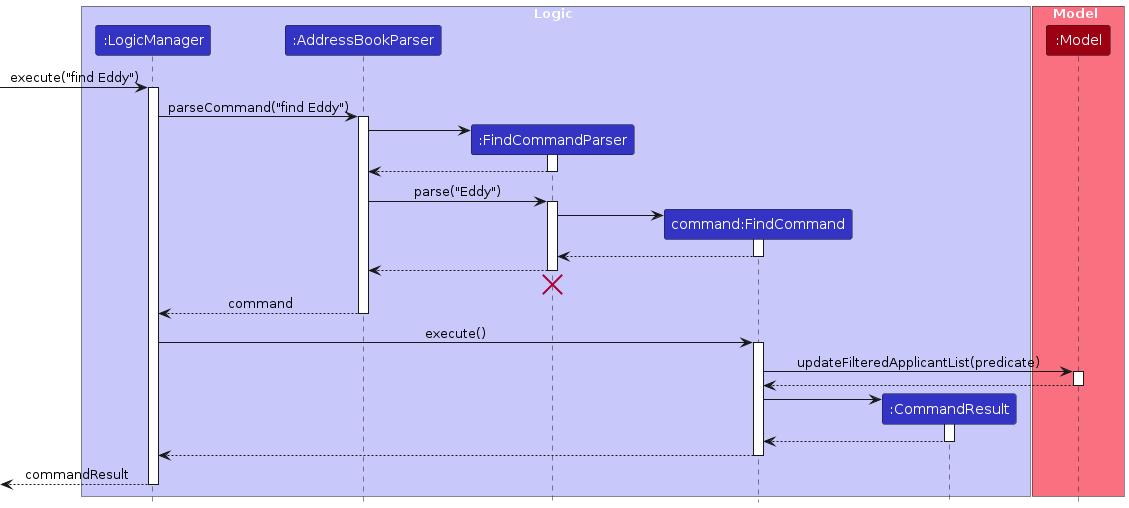
Above: diagrams/FindCommandSequenceDiagram.png in craigtonlian/tp (PlantUML), before the change. Its source is kept beside it as diagrams/FindCommandSequenceDiagram.puml. The source it was exported from:
```plantuml
@startuml
!include style.puml
skinparam ArrowFontStyle plain

box Logic LOGIC_COLOR_T1
participant ":LogicManager" as LogicManager LOGIC_COLOR
participant ":AddressBookParser" as AddressBookParser LOGIC_COLOR
participant ":FindCommandParser" as FindCommandParser LOGIC_COLOR
participant "command:FindCommand" as FindCommand LOGIC_COLOR
participant ":CommandResult" as CommandResult LOGIC_COLOR
end box

box Model MODEL_COLOR_T1
participant ":Model" as Model MODEL_COLOR
end box

[-> LogicManager : execute("find Eddy")
activate LogicManager

LogicManager -> AddressBookParser : parseCommand("find Eddy")
activate AddressBookParser

create FindCommandParser
AddressBookParser -> FindCommandParser
activate FindCommandParser

FindCommandParser --> AddressBookParser
deactivate FindCommandParser

AddressBookParser -> FindCommandParser : parse("Eddy")
activate FindCommandParser

create FindCommand
FindCommandParser -> FindCommand
activate FindCommand

FindCommand --> FindCommandParser
deactivate FindCommand

FindCommandParser --> AddressBookParser
deactivate FindCommandParser

FindCommandParser -[hidden]-> AddressBookParser
destroy FindCommandParser

AddressBookParser --> LogicManager : command
deactivate AddressBookParser

LogicManager -> FindCommand : execute()
activate FindCommand

FindCommand -> Model : updateFilteredApplicantList(predicate)
activate Model

Model --> FindCommand
deactivate Model

create CommandResult
FindCommand -> CommandResult
activate CommandResult

CommandResult --> FindCommand
deactivate CommandResult

FindCommand --> LogicManager
deactivate FindCommand

[<--LogicManager : commandResult
deactivate LogicManager
@enduml
```
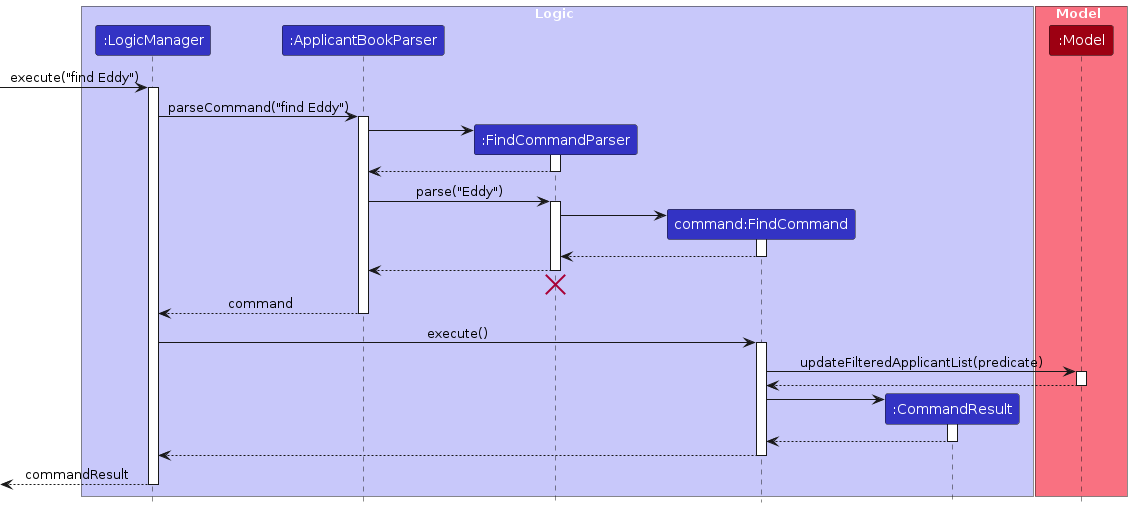
After the change.

What changed in the source:
```diff
@@ -4,7 +4,7 @@
 
 box Logic LOGIC_COLOR_T1
 participant ":LogicManager" as LogicManager LOGIC_COLOR
-participant ":AddressBookParser" as AddressBookParser LOGIC_COLOR
+participant ":ApplicantBookParser" as ApplicantBookParser LOGIC_COLOR
 participant ":FindCommandParser" as FindCommandParser LOGIC_COLOR
 participant "command:FindCommand" as FindCommand LOGIC_COLOR
 participant ":CommandResult" as CommandResult LOGIC_COLOR
@@ -17,17 +17,17 @@
 [-> LogicManager : execute("find Eddy")
 activate LogicManager
 
-LogicManager -> AddressBookParser : parseCommand("find Eddy")
-activate AddressBookParser
+LogicManager -> ApplicantBookParser : parseCommand("find Eddy")
+activate ApplicantBookParser
 
 create FindCommandParser
-AddressBookParser -> FindCommandParser
+ApplicantBookParser -> FindCommandParser
 activate FindCommandParser
 
-FindCommandParser --> AddressBookParser
+FindCommandParser --> ApplicantBookParser
 deactivate FindCommandParser
 
-AddressBookParser -> FindCommandParser : parse("Eddy")
+ApplicantBookParser -> FindCommandParser : parse("Eddy")
 activate FindCommandParser
 
 create FindCommand
@@ -37,14 +37,14 @@
 FindCommand --> FindCommandParser
 deactivate FindCommand
 
-FindCommandParser --> AddressBookParser
+FindCommandParser --> ApplicantBookParser
 deactivate FindCommandParser
 
-FindCommandParser -[hidden]-> AddressBookParser
+FindCommandParser -[hidden]-> ApplicantBookParser
 destroy FindCommandParser
 
-AddressBookParser --> LogicManager : command
-deactivate AddressBookParser
+ApplicantBookParser --> LogicManager : command
+deactivate ApplicantBookParser
 
 LogicManager -> FindCommand : execute()
 activate FindCommand
```
